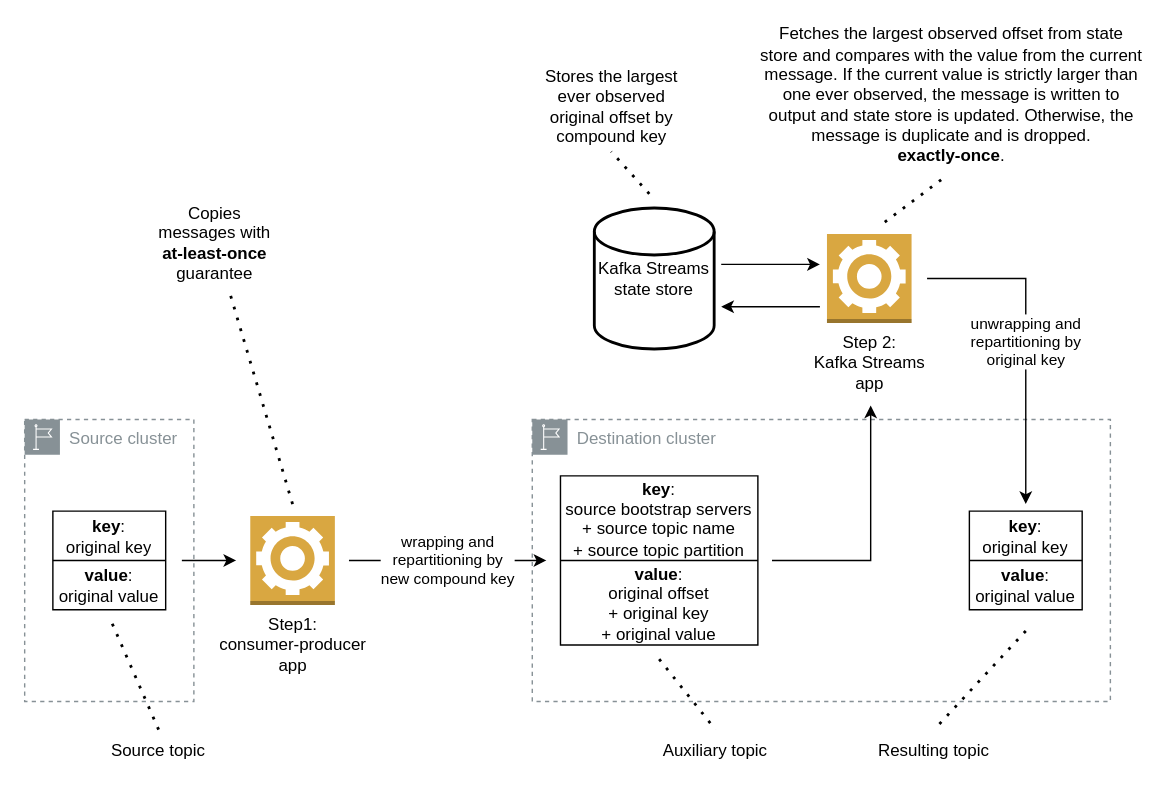
Above: design-schema.drawio in emitskevich/kafka-reo (draw.io), before the change. Source tidied: cells renumbered, new cells numbered last; positions are measured from the earlier drawing's top-left corner, leaving out a move shared by most shapes. Both pictures are drawn from the tidied source at 141%, with x=0, y=0 at pixel (24, 24).
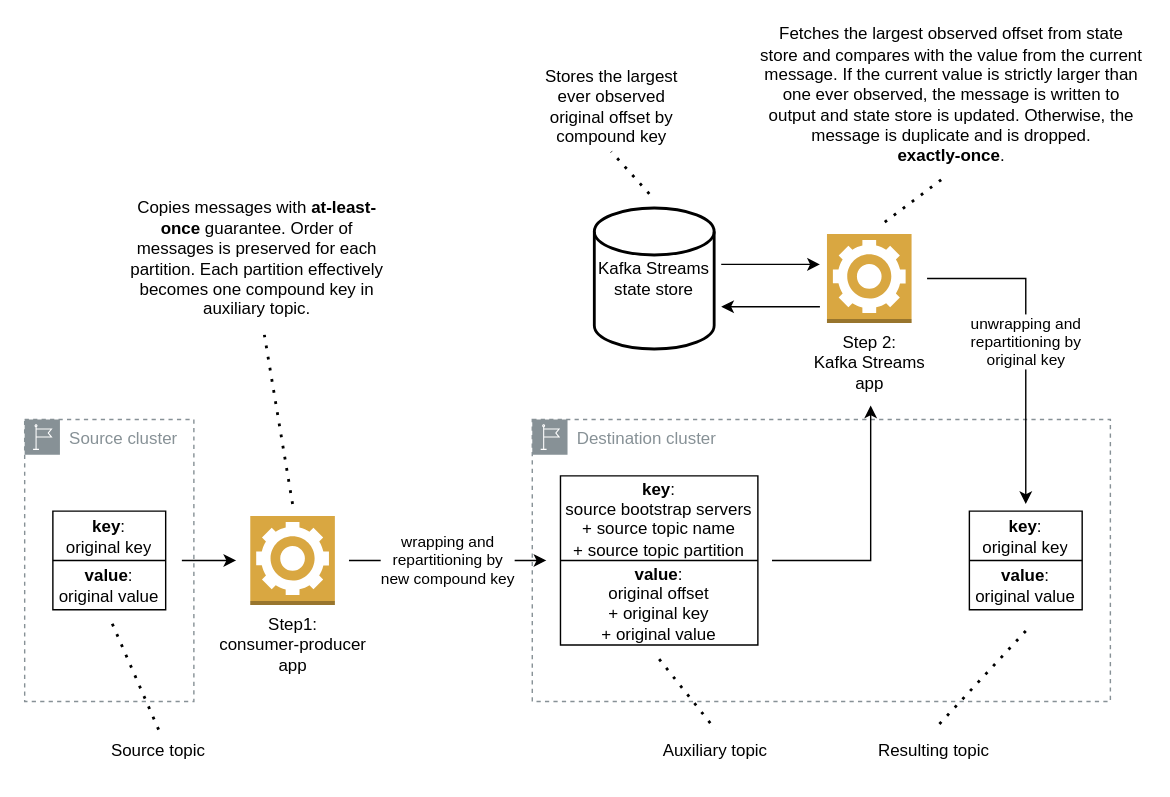
After the change.

Diff of the diagram source:
```diff
@@
-    <mxCell id="32" style="endArrow=none;dashed=1;html=1;dashPattern=1 3;strokeWidth=2;rounded=0;" parent="1" edge="1" target="33">
+    <mxCell id="32" style="endArrow=none;dashed=1;html=1;dashPattern=1 3;strokeWidth=2;rounded=0;" parent="1" edge="1">
       <mxGeometry relative="1" as="geometry">
         <mxPoint x="190" y="340" as="sourcePoint" />
+        <mxPoint x="170" y="220" as="targetPoint" />
       </mxGeometry>
     </mxCell>
-    <mxCell id="33" value="Copies messages with &lt;b&gt;at-least-once &lt;/b&gt;guarantee" style="text;html=1;strokeColor=none;fillColor=none;align=center;verticalAlign=middle;whiteSpace=wrap;rounded=0;" parent="1" vertex="1">
-      <mxGeometry x="90" y="120" width="90" height="70" as="geometry" />
+    <mxCell id="33" value="Copies messages with &lt;b&gt;at-least-once &lt;/b&gt;guarantee. Order of messages is preserved for each partition. Each partition effectively becomes one compound key in auxiliary topic." style="text;html=1;strokeColor=none;fillColor=none;align=center;verticalAlign=middle;whiteSpace=wrap;rounded=0;" parent="1" vertex="1">
+      <mxGeometry x="70" y="121.5" width="190" height="88.5" as="geometry" />
     </mxCell>
```
